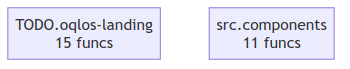
This is project/compact_flow.png from oqlos/www, a Mermaid export, as it was before one commit. Its source is kept beside it as project/compact_flow.mmd.
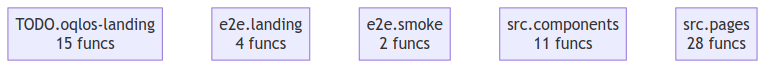
Above is the later version.

What changed in the source:
```diff
@@ -1,3 +1,6 @@
 flowchart TD
     TODO__oqlos_landing["TODO.oqlos-landing<br/>15 funcs"]
+    e2e__landing["e2e.landing<br/>4 funcs"]
+    e2e__smoke["e2e.smoke<br/>2 funcs"]
     src__components["src.components<br/>11 funcs"]
+    src__pages["src.pages<br/>28 funcs"]
```
